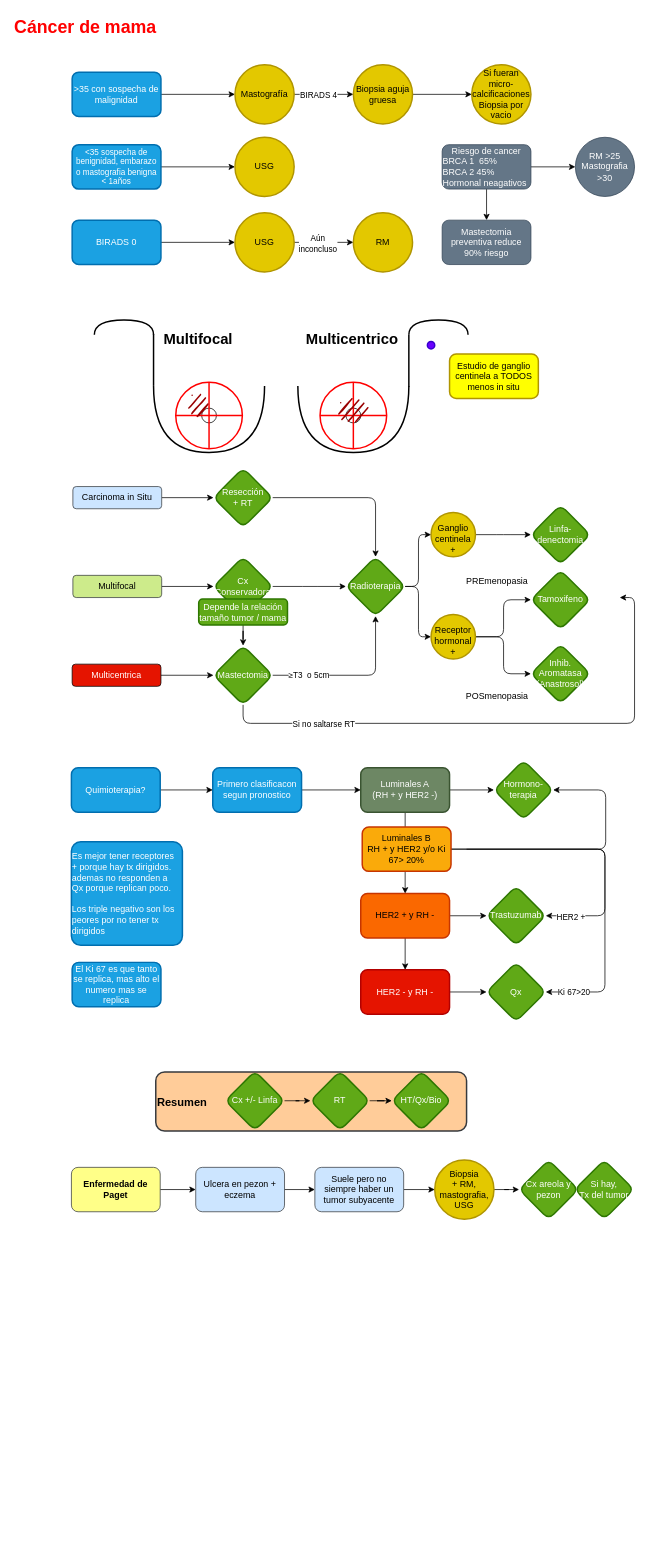
Before: Gineco.drawio in Santicabal/Apuntes, a draw.io diagram. Source tidied: cells renumbered, new cells numbered last; positions are measured from the earlier drawing's top-left corner, leaving out a move shared by most shapes. Both pictures are drawn from the tidied source at 74%, with x=0, y=0 at pixel (13, 13).
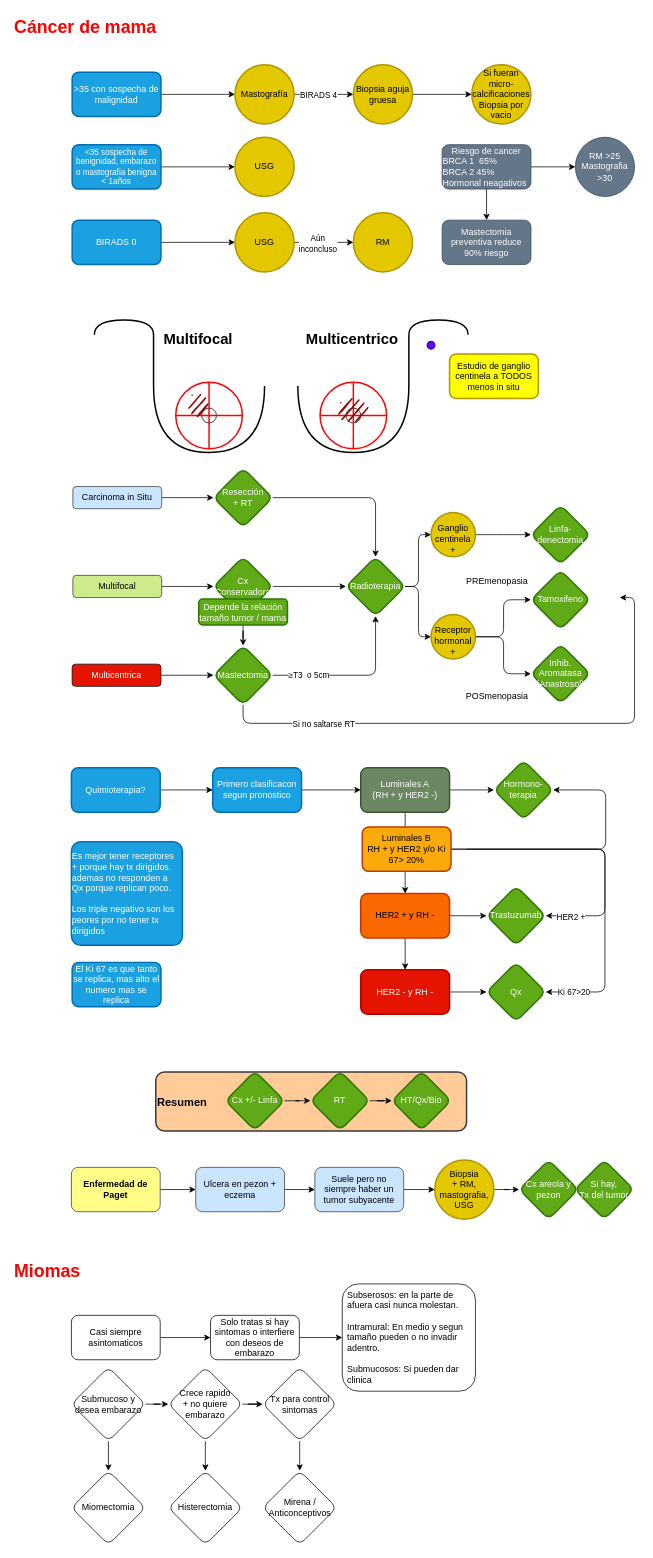
After the change.

The edit, as a diff of the source:
```diff
@@
+    <mxCell id="110" value="Miomas" style="text;strokeColor=none;fillColor=none;html=1;fontSize=24;fontStyle=1;verticalAlign=middle;align=left;fontColor=#FF0000;" parent="1" vertex="1">
+      <mxGeometry y="1680" width="100" height="40" as="geometry" />
+    </mxCell>
+    <mxCell id="111" style="edgeStyle=orthogonalEdgeStyle;rounded=0;jettySize=auto;html=1;" parent="1" edge="1" source="112" target="114">
+      <mxGeometry relative="1" as="geometry" />
+    </mxCell>
+    <mxCell id="112" value="Casi siempre asintomaticos" style="rounded=1;whiteSpace=wrap;html=1;" parent="1" vertex="1">
+      <mxGeometry x="79" y="1760" width="120" height="60" as="geometry" />
+    </mxCell>
+    <mxCell id="113" style="edgeStyle=orthogonalEdgeStyle;rounded=0;jettySize=auto;html=1;" parent="1" edge="1" source="114" target="115">
+      <mxGeometry relative="1" as="geometry" />
+    </mxCell>
+    <mxCell id="114" value="Solo tratas si hay sintomas o interfiere con deseos de embarazo" style="whiteSpace=wrap;html=1;rounded=1;" parent="1" vertex="1">
+      <mxGeometry x="267" y="1760" width="120" height="60" as="geometry" />
+    </mxCell>
+    <mxCell id="115" value="Subserosos: en la parte de afuera casi nunca molestan.&lt;br&gt;&lt;br&gt;Intramural: En medio y segun tamaño pueden o no invadir adentro.&lt;br&gt;&lt;br&gt;Submucosos: Si pueden dar clinica " style="whiteSpace=wrap;html=1;rounded=1;align=left;spacingRight=0;spacingLeft=5;" parent="1" vertex="1">
+      <mxGeometry x="445" y="1717.5" width="180" height="145" as="geometry" />
+    </mxCell>
+    <mxCell id="116" style="edgeStyle=orthogonalEdgeStyle;rounded=0;jettySize=auto;html=1;" parent="1" edge="1" source="118" target="119">
+      <mxGeometry relative="1" as="geometry" />
+    </mxCell>
+    <mxCell id="117" style="edgeStyle=orthogonalEdgeStyle;rounded=0;jettySize=auto;html=1;" parent="1" edge="1" source="118" target="122">
+      <mxGeometry relative="1" as="geometry" />
+    </mxCell>
+    <mxCell id="118" value="&lt;div align=&quot;center&quot;&gt;Submucoso y desea embarazo&lt;br&gt;&lt;/div&gt;" style="rhombus;whiteSpace=wrap;html=1;align=center;rounded=1;" parent="1" vertex="1">
+      <mxGeometry x="79" y="1830" width="100" height="100" as="geometry" />
+    </mxCell>
+    <mxCell id="119" value="Miomectomia" style="rhombus;whiteSpace=wrap;html=1;rounded=1;" parent="1" vertex="1">
+      <mxGeometry x="79" y="1970" width="100" height="100" as="geometry" />
+    </mxCell>
+    <mxCell id="120" style="edgeStyle=orthogonalEdgeStyle;rounded=0;jettySize=auto;html=1;" parent="1" edge="1" source="122" target="123">
+      <mxGeometry relative="1" as="geometry" />
+    </mxCell>
+    <mxCell id="121" style="edgeStyle=orthogonalEdgeStyle;rounded=0;jettySize=auto;html=1;" parent="1" edge="1" source="122" target="125">
+      <mxGeometry relative="1" as="geometry" />
+    </mxCell>
+    <mxCell id="122" value="Crece rapido &lt;br&gt;+ no quiere embarazo" style="rhombus;whiteSpace=wrap;html=1;rounded=1;fontSize=12;" parent="1" vertex="1">
+      <mxGeometry x="210" y="1830" width="100" height="100" as="geometry" />
+    </mxCell>
+    <mxCell id="123" value="Histerectomia" style="rhombus;whiteSpace=wrap;html=1;rounded=1;" parent="1" vertex="1">
+      <mxGeometry x="210" y="1970" width="100" height="100" as="geometry" />
+    </mxCell>
+    <mxCell id="124" style="edgeStyle=orthogonalEdgeStyle;rounded=0;jettySize=auto;html=1;" parent="1" edge="1" source="125" target="126">
+      <mxGeometry relative="1" as="geometry" />
+    </mxCell>
+    <mxCell id="125" value="Tx para control sintomas" style="rhombus;whiteSpace=wrap;html=1;rounded=1;" parent="1" vertex="1">
+      <mxGeometry x="337.5" y="1830" width="100" height="100" as="geometry" />
+    </mxCell>
+    <mxCell id="126" value="Mirena / Anticonceptivos" style="rhombus;whiteSpace=wrap;html=1;rounded=1;" parent="1" vertex="1">
+      <mxGeometry x="337.5" y="1970" width="100" height="100" as="geometry" />
+    </mxCell>
```
